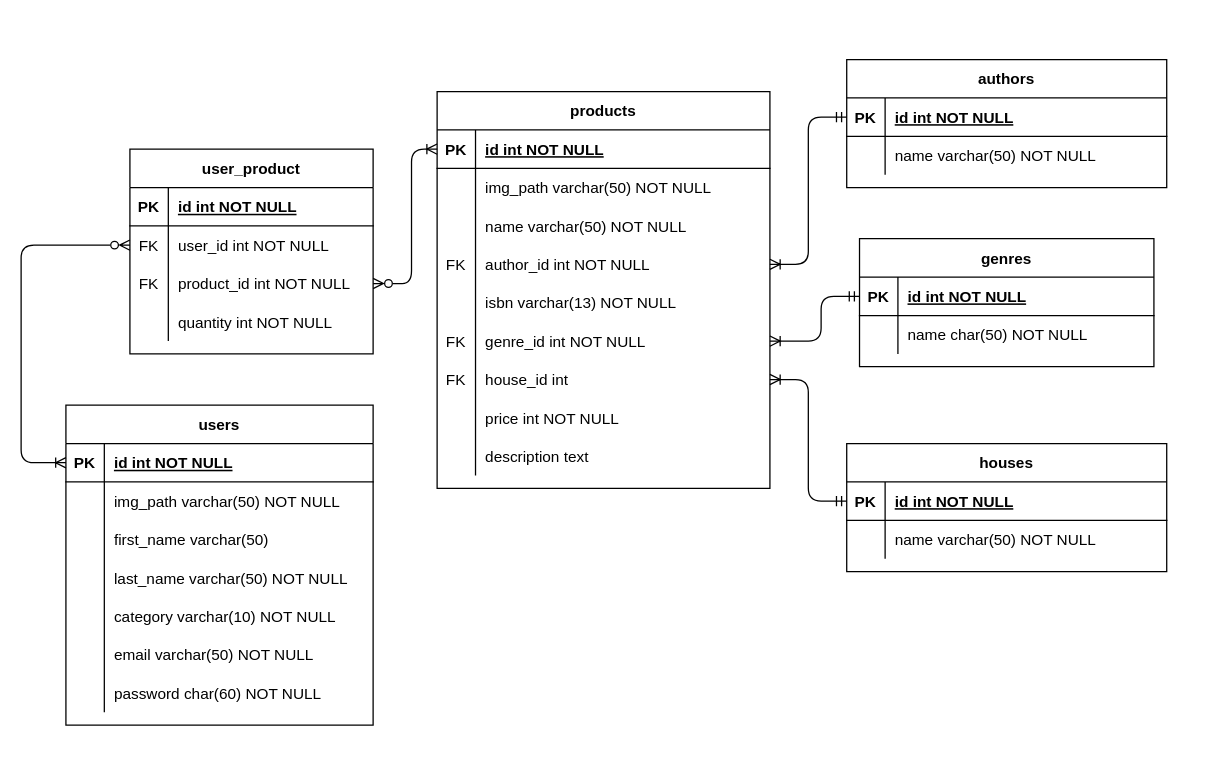
Before: sql/entity-diagram.drawio in mariadelrosario98/grupo_7_LSTANDSFORLIBROS, a draw.io diagram. Source tidied: cells renumbered, new cells numbered last; positions are measured from the earlier drawing's top-left corner, leaving out a move shared by most shapes. Both pictures are drawn from the tidied source at 128%, with x=0, y=0 at pixel (-114, 59).
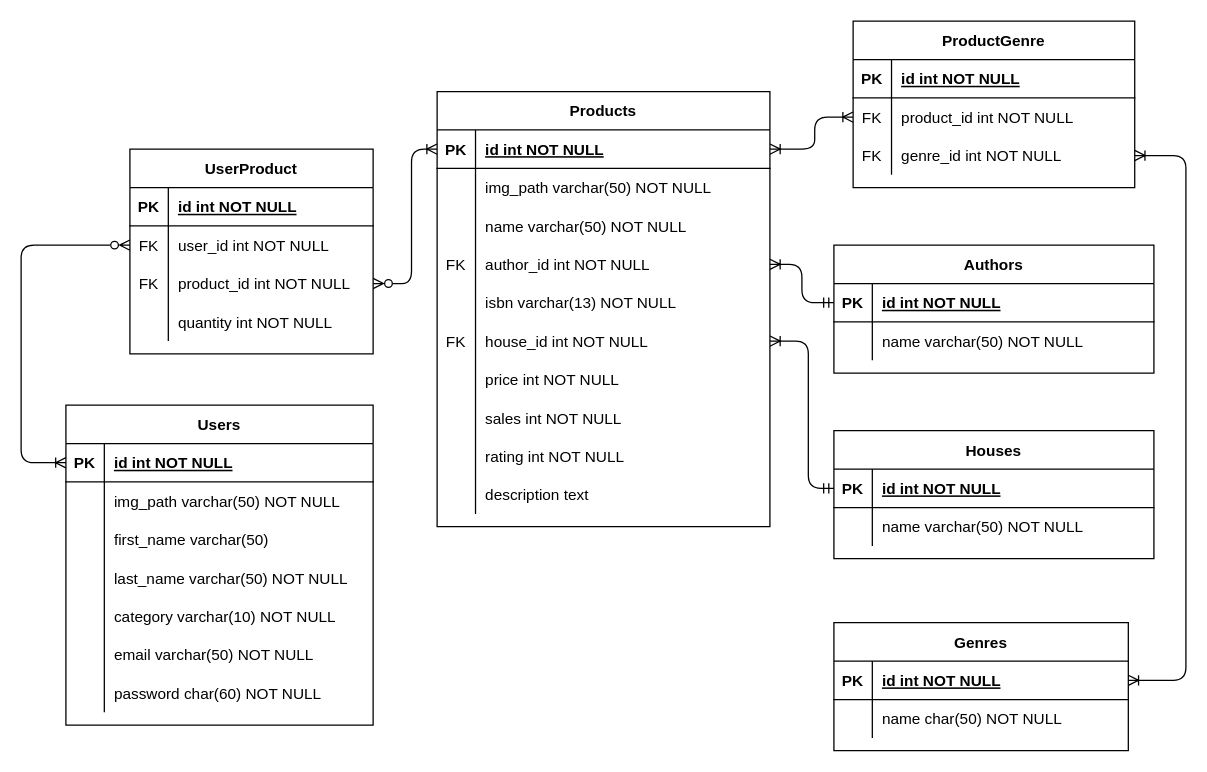
After the change.

The change refers to these unchanged cells:
```xml
<mxCell id="25" style="shape=tableRow;horizontal=0;startSize=0;swimlaneHead=0;swimlaneBody=0;fillColor=none;points=[[0,0.5],[1,0.5]];portConstraint=eastwest;top=0;left=0;right=0;bottom=1;" parent="24" vertex="1">
  <mxGeometry y="30" width="250" height="30" as="geometry" />
</mxCell>
<mxCell id="32" style="shape=tableRow;horizontal=0;startSize=0;swimlaneHead=0;swimlaneBody=0;fillColor=none;points=[[0,0.5],[1,0.5]];portConstraint=eastwest;top=0;left=0;right=0;bottom=1;" parent="31" vertex="1">
  <mxGeometry y="30" width="230" height="30" as="geometry" />
</mxCell>
<mxCell id="39" style="shape=tableRow;horizontal=0;startSize=0;swimlaneHead=0;swimlaneBody=0;fillColor=none;points=[[0,0.5],[1,0.5]];portConstraint=eastwest;top=0;left=0;right=0;bottom=1;" parent="38" vertex="1">
  <mxGeometry y="30" width="260" height="30" as="geometry" />
</mxCell>
<mxCell id="48" style="shape=tableRow;horizontal=0;startSize=0;swimlaneHead=0;swimlaneBody=0;fillColor=none;points=[[0,0.5],[1,0.5]];portConstraint=eastwest;top=0;left=0;right=0;bottom=0;" parent="38" vertex="1">
  <mxGeometry y="120" width="260" height="30" as="geometry" />
</mxCell>
```

What changed in the source:
```diff
@@
-    <mxCell id="2" value="users" style="shape=table;startSize=30;childLayout=tableLayout;rowLines=0;fontStyle=1;align=center;" parent="1" vertex="1">
+    <mxCell id="2" value="Users" style="shape=table;startSize=30;childLayout=tableLayout;rowLines=0;fontStyle=1;align=center;" parent="1" vertex="1">
       <mxGeometry x="140" y="270" width="240" height="250" as="geometry" />
     </mxCell>
@@
-    <mxCell id="24" value="authors" style="shape=table;startSize=30;childLayout=tableLayout;rowLines=0;fontStyle=1;align=center;" parent="1" vertex="1">
-      <mxGeometry x="750" width="250" height="100" as="geometry" />
+    <mxCell id="24" value="Authors" style="shape=table;startSize=30;childLayout=tableLayout;rowLines=0;fontStyle=1;align=center;" parent="1" vertex="1">
+      <mxGeometry x="740" y="145" width="250" height="100" as="geometry" />
     </mxCell>
@@
-    <mxCell id="31" value="genres" style="shape=table;startSize=30;childLayout=tableLayout;rowLines=0;fontStyle=1;align=center;" parent="1" vertex="1">
-      <mxGeometry x="760" y="140" width="230" height="100" as="geometry" />
+    <mxCell id="31" value="Genres" style="shape=table;startSize=30;childLayout=tableLayout;rowLines=0;fontStyle=1;align=center;" parent="1" vertex="1">
+      <mxGeometry x="740" y="440" width="230" height="100" as="geometry" />
     </mxCell>
@@
-    <mxCell id="38" value="products" style="shape=table;startSize=30;childLayout=tableLayout;rowLines=0;fontStyle=1;align=center;" parent="1" vertex="1">
-      <mxGeometry x="430" y="25" width="260" height="310" as="geometry" />
+    <mxCell id="38" value="Products" style="shape=table;startSize=30;childLayout=tableLayout;rowLines=0;fontStyle=1;align=center;" parent="1" vertex="1">
+      <mxGeometry x="430" y="25" width="260" height="340" as="geometry" />
     </mxCell>
@@
-    <mxCell id="54" style="shape=tableRow;horizontal=0;startSize=0;swimlaneHead=0;swimlaneBody=0;fillColor=none;points=[[0,0.5],[1,0.5]];portConstraint=eastwest;top=0;left=0;right=0;bottom=0;" parent="38" vertex="1">
-      <mxGeometry y="180" width="260" height="30" as="geometry" />
-    </mxCell>
-    <mxCell id="55" value="FK" style="shape=partialRectangle;overflow=hidden;fillColor=none;top=0;left=0;bottom=0;right=0;" parent="54" vertex="1">
-      <mxGeometry width="30" height="30" as="geometry" />
-    </mxCell>
-    <mxCell id="56" value="genre_id int NOT NULL" style="shape=partialRectangle;overflow=hidden;fillColor=none;align=left;top=0;left=0;bottom=0;right=0;spacingLeft=6;" parent="54" vertex="1">
-      <mxGeometry x="30" width="230" height="30" as="geometry" />
-    </mxCell>
     <mxCell id="57" style="shape=tableRow;horizontal=0;startSize=0;swimlaneHead=0;swimlaneBody=0;fillColor=none;points=[[0,0.5],[1,0.5]];portConstraint=eastwest;top=0;left=0;right=0;bottom=0;" parent="38" vertex="1">
-      <mxGeometry y="210" width="260" height="30" as="geometry" />
+      <mxGeometry y="180" width="260" height="30" as="geometry" />
     </mxCell>
@@
-    <mxCell id="59" value="house_id int" style="shape=partialRectangle;overflow=hidden;fillColor=none;align=left;top=0;left=0;bottom=0;right=0;spacingLeft=6;" parent="57" vertex="1">
+    <mxCell id="59" value="house_id int NOT NULL" style="shape=partialRectangle;overflow=hidden;fillColor=none;align=left;top=0;left=0;bottom=0;right=0;spacingLeft=6;" parent="57" vertex="1">
       <mxGeometry x="30" width="230" height="30" as="geometry" />
     </mxCell>
     <mxCell id="60" style="shape=tableRow;horizontal=0;startSize=0;swimlaneHead=0;swimlaneBody=0;fillColor=none;top=0;left=0;right=0;bottom=0;" parent="38" vertex="1">
-      <mxGeometry y="240" width="260" height="30" as="geometry" />
+      <mxGeometry y="210" width="260" height="30" as="geometry" />
     </mxCell>
@@
+    <mxCell id="91" style="shape=tableRow;horizontal=0;startSize=0;swimlaneHead=0;swimlaneBody=0;fillColor=none;top=0;left=0;right=0;bottom=0;" parent="38" vertex="1">
+      <mxGeometry y="240" width="260" height="30" as="geometry" />
+    </mxCell>
+    <mxCell id="92" style="shape=partialRectangle;overflow=hidden;fillColor=none;top=0;left=0;bottom=0;right=0;" parent="91" vertex="1">
+      <mxGeometry width="30" height="30" as="geometry" />
+    </mxCell>
+    <mxCell id="93" value="sales int NOT NULL" style="shape=partialRectangle;overflow=hidden;fillColor=none;align=left;top=0;left=0;bottom=0;right=0;spacingLeft=6;" parent="91" vertex="1">
+      <mxGeometry x="30" width="230" height="30" as="geometry" />
+    </mxCell>
+    <mxCell id="94" style="shape=tableRow;horizontal=0;startSize=0;swimlaneHead=0;swimlaneBody=0;fillColor=none;top=0;left=0;right=0;bottom=0;" parent="38" vertex="1">
+      <mxGeometry y="270" width="260" height="30" as="geometry" />
+    </mxCell>
+    <mxCell id="95" style="shape=partialRectangle;overflow=hidden;fillColor=none;top=0;left=0;bottom=0;right=0;" parent="94" vertex="1">
+      <mxGeometry width="30" height="30" as="geometry" />
+    </mxCell>
+    <mxCell id="96" value="rating int NOT NULL" style="shape=partialRectangle;overflow=hidden;fillColor=none;align=left;top=0;left=0;bottom=0;right=0;spacingLeft=6;" parent="94" vertex="1">
+      <mxGeometry x="30" width="230" height="30" as="geometry" />
+    </mxCell>
     <mxCell id="63" style="shape=tableRow;horizontal=0;startSize=0;swimlaneHead=0;swimlaneBody=0;fillColor=none;top=0;left=0;right=0;bottom=0;" parent="38" vertex="1">
-      <mxGeometry y="270" width="260" height="30" as="geometry" />
+      <mxGeometry y="300" width="260" height="30" as="geometry" />
     </mxCell>
@@
-    <mxCell id="66" value="user_product" style="shape=table;startSize=30;childLayout=tableLayout;rowLines=0;fontStyle=1;align=center;" parent="1" vertex="1">
+    <mxCell id="66" value="UserProduct" style="shape=table;startSize=30;childLayout=tableLayout;rowLines=0;fontStyle=1;align=center;" parent="1" vertex="1">
       <mxGeometry x="190" y="70" width="190" height="160" as="geometry" />
     </mxCell>
@@
-    <mxCell id="79" value="houses" style="shape=table;startSize=30;childLayout=tableLayout;rowLines=0;fontStyle=1;align=center;" parent="1" vertex="1">
-      <mxGeometry x="750" y="300" width="250" height="100" as="geometry" />
+    <mxCell id="79" value="Houses" style="shape=table;startSize=30;childLayout=tableLayout;rowLines=0;fontStyle=1;align=center;" parent="1" vertex="1">
+      <mxGeometry x="740" y="290" width="250" height="100" as="geometry" />
     </mxCell>
@@
     <mxCell id="88" style="edgeStyle=elbowEdgeStyle;fontSize=12;html=1;endArrow=ERoneToMany;startArrow=ERmandOne;rounded=1;shadow=0;strokeColor=default;exitX=0;exitY=0.5;exitDx=0;exitDy=0;entryX=1;entryY=0.5;entryDx=0;entryDy=0;" parent="1" edge="1" source="25" target="48">
-      <mxGeometry relative="1" as="geometry">
-        <Array as="points">
-          <mxPoint x="720" y="110" />
-        </Array>
-      </mxGeometry>
+      <mxGeometry relative="1" as="geometry" />
     </mxCell>
-    <mxCell id="89" style="edgeStyle=elbowEdgeStyle;fontSize=12;html=1;endArrow=ERoneToMany;startArrow=ERmandOne;rounded=1;shadow=0;strokeColor=default;exitX=0;exitY=0.5;exitDx=0;exitDy=0;entryX=1;entryY=0.5;entryDx=0;entryDy=0;" parent="1" edge="1" source="32" target="54">
-      <mxGeometry relative="1" as="geometry">
-        <Array as="points">
-          <mxPoint x="730" y="210" />
-          <mxPoint x="660" y="200" />
-        </Array>
-      </mxGeometry>
-    </mxCell>
@@
+    <mxCell id="97" value="ProductGenre" style="shape=table;startSize=30;childLayout=tableLayout;rowLines=0;fontStyle=1;align=center;" parent="1" vertex="1">
+      <mxGeometry x="755" y="-30" width="220" height="130" as="geometry" />
+    </mxCell>
+    <mxCell id="98" style="shape=tableRow;horizontal=0;startSize=0;swimlaneHead=0;swimlaneBody=0;fillColor=none;top=0;left=0;right=0;bottom=1;" parent="97" vertex="1">
+      <mxGeometry y="30" width="220" height="30" as="geometry" />
+    </mxCell>
+    <mxCell id="99" value="PK" style="shape=partialRectangle;overflow=hidden;fillColor=none;top=0;left=0;bottom=0;right=0;fontStyle=1;" parent="98" vertex="1">
+      <mxGeometry width="30" height="30" as="geometry" />
+    </mxCell>
+    <mxCell id="100" value="id int NOT NULL" style="shape=partialRectangle;overflow=hidden;fillColor=none;align=left;top=0;left=0;bottom=0;right=0;spacingLeft=6;fontStyle=5;" parent="98" vertex="1">
+      <mxGeometry x="30" width="190" height="30" as="geometry" />
+    </mxCell>
+    <mxCell id="101" style="shape=tableRow;horizontal=0;startSize=0;swimlaneHead=0;swimlaneBody=0;fillColor=none;points=[[0,0.5],[1,0.5]];portConstraint=eastwest;top=0;left=0;right=0;bottom=0;" parent="97" vertex="1">
+      <mxGeometry y="60" width="220" height="30" as="geometry" />
+    </mxCell>
+    <mxCell id="102" value="FK" style="shape=partialRectangle;overflow=hidden;fillColor=none;top=0;left=0;bottom=0;right=0;" parent="101" vertex="1">
+      <mxGeometry width="30" height="30" as="geometry" />
+    </mxCell>
+    <mxCell id="103" value="product_id int NOT NULL" style="shape=partialRectangle;overflow=hidden;fillColor=none;align=left;top=0;left=0;bottom=0;right=0;spacingLeft=6;" parent="101" vertex="1">
+      <mxGeometry x="30" width="190" height="30" as="geometry" />
+    </mxCell>
+    <mxCell id="104" style="shape=tableRow;horizontal=0;startSize=0;swimlaneHead=0;swimlaneBody=0;fillColor=none;points=[[0,0.5],[1,0.5]];portConstraint=eastwest;top=0;left=0;right=0;bottom=0;" parent="97" vertex="1">
+      <mxGeometry y="90" width="220" height="30" as="geometry" />
+    </mxCell>
+    <mxCell id="105" value="FK" style="shape=partialRectangle;overflow=hidden;fillColor=none;top=0;left=0;bottom=0;right=0;" parent="104" vertex="1">
+      <mxGeometry width="30" height="30" as="geometry" />
+    </mxCell>
+    <mxCell id="56" value="genre_id int NOT NULL" style="shape=partialRectangle;overflow=hidden;fillColor=none;align=left;top=0;left=0;bottom=0;right=0;spacingLeft=6;" parent="104" vertex="1">
+      <mxGeometry x="30" width="190" height="30" as="geometry" />
+    </mxCell>
+    <mxCell id="106" style="edgeStyle=elbowEdgeStyle;fontSize=12;html=1;endArrow=ERoneToMany;startArrow=ERoneToMany;rounded=1;shadow=0;strokeColor=default;exitX=0;exitY=0.5;exitDx=0;exitDy=0;entryX=1;entryY=0.5;entryDx=0;entryDy=0;startFill=0;" parent="1" edge="1" source="101" target="39">
+      <mxGeometry relative="1" as="geometry">
+        <Array as="points">
+          <mxPoint x="725" y="70" />
+          <mxPoint x="720" y="110" />
+        </Array>
+      </mxGeometry>
+    </mxCell>
+    <mxCell id="107" style="edgeStyle=elbowEdgeStyle;fontSize=12;html=1;endArrow=ERoneToMany;startArrow=ERoneToMany;rounded=1;shadow=0;strokeColor=default;exitX=1;exitY=0.5;exitDx=0;exitDy=0;entryX=1;entryY=0.5;entryDx=0;entryDy=0;startFill=0;" parent="1" edge="1" source="104" target="32">
+      <mxGeometry relative="1" as="geometry">
+        <Array as="points">
+          <mxPoint x="1015" y="-40" />
+          <mxPoint x="720" y="110" />
+        </Array>
+      </mxGeometry>
+    </mxCell>
```
